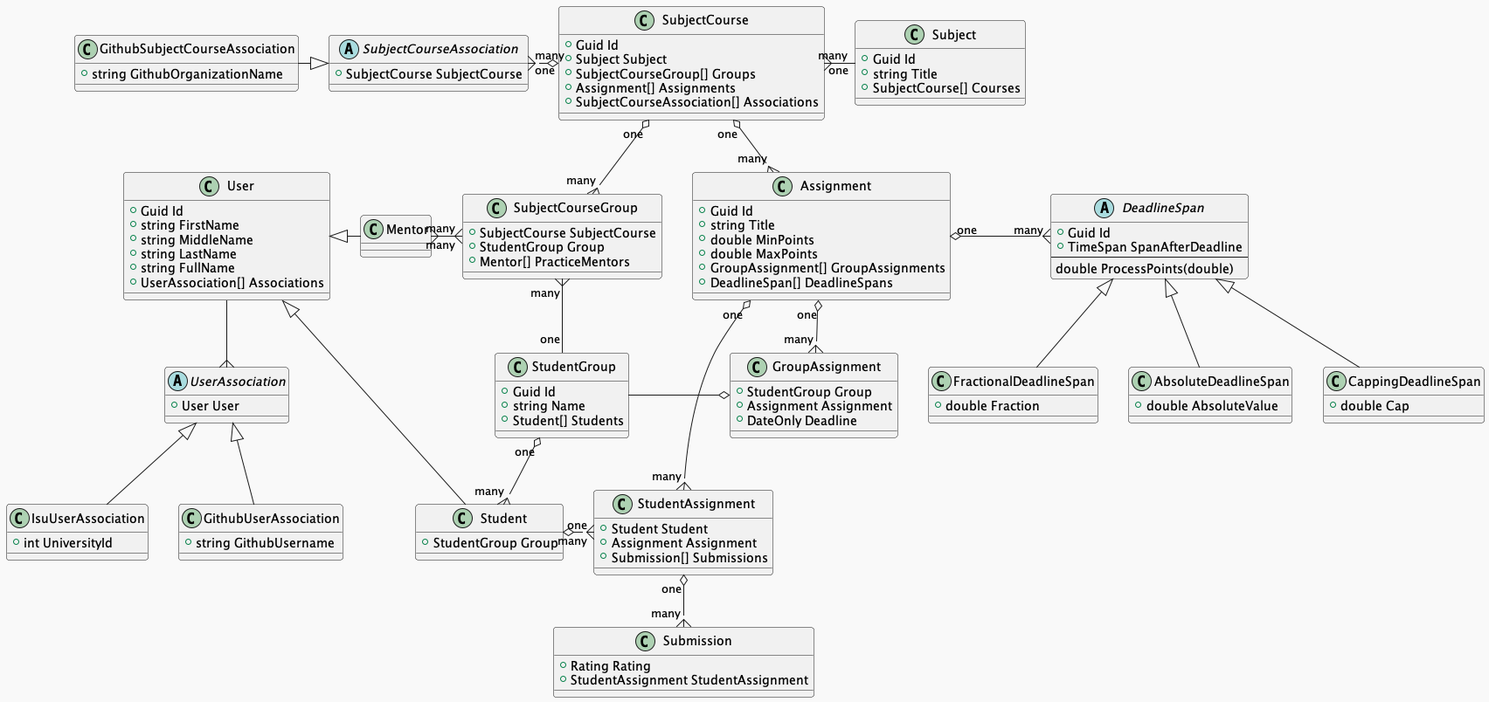
The PlantUML diagram Docs/TechDocs/domain-entities.png in kysect/Shreks, before a commit. The source it was exported from:
```plantuml
@startuml
!theme mars

class User
{
    + Guid Id
    + string FirstName
    + string MiddleName
    + string LastName
    + string FullName
    + UserAssociation[] Associations
}

User <|-- Student
class Student
{
    + StudentGroup Group
}

User <|- Mentor
class Mentor
{

}

class StudentGroup
{
    + Guid Id
    + string Name
    + Student[] Students
}

class Assignment
{
    + Guid Id
    + string Title
    + double MinPoints
    + double MaxPoints
    + GroupAssignment[] GroupAssignments
    + DeadlineSpan[] DeadlineSpans
}

class StudentAssignment
{
    + Student Student
    + Assignment Assignment
    + Submission[] Submissions
}

class Submission
{
    + Rating Rating
    + StudentAssignment StudentAssignment
}

class GroupAssignment
{
    + StudentGroup Group
    + Assignment Assignment
    + DateOnly Deadline
}

class SubjectCourse
{
    + Guid Id
    + Subject Subject
    + SubjectCourseGroup[] Groups
    + Assignment[] Assignments
    + SubjectCourseAssociation[] Associations
}

class SubjectCourseGroup
{
    + SubjectCourse SubjectCourse
    + StudentGroup Group
    + Mentor[] PracticeMentors
}

class Subject
{
    + Guid Id
    + string Title
    + SubjectCourse[] Courses
}

abstract class DeadlineSpan
{
    + Guid Id
    + TimeSpan SpanAfterDeadline
    --
    double ProcessPoints(double)
}

DeadlineSpan <|-- AbsoluteDeadlineSpan
class AbsoluteDeadlineSpan
{
    + double AbsoluteValue
}

DeadlineSpan <|-- CappingDeadlineSpan
class CappingDeadlineSpan
{
    + double Cap
}

DeadlineSpan <|-- FractionalDeadlineSpan
class FractionalDeadlineSpan
{
    + double Fraction
}

abstract class UserAssociation
{
    + User User
}

UserAssociation <|-- IsuUserAssociation
class IsuUserAssociation
{
    + int UniversityId
}

UserAssociation <|-- GithubUserAssociation
class GithubUserAssociation
{
    + string GithubUsername
}

abstract class SubjectCourseAssociation
{
    + SubjectCourse SubjectCourse
}

SubjectCourseAssociation <|-left- GithubSubjectCourseAssociation
class GithubSubjectCourseAssociation
{
    + string GithubOrganizationName
}

User --{ UserAssociation

StudentGroup "one" o--{ "many" Student

Assignment "one" o-right-{ "many" DeadlineSpan
Assignment "one" o--{ "many" GroupAssignment

GroupAssignment o-left- StudentGroup

StudentAssignment "one" o--{ "many" Submission
StudentAssignment "many" }-left-o "one" Student
StudentAssignment "many" }-up-o "one" Assignment

SubjectCourse "one" o--{ "many" SubjectCourseGroup
SubjectCourse "many" }-right- "one" Subject
SubjectCourse "one" o--{ "many" Assignment
SubjectCourse "one" o-left-{ "many" SubjectCourseAssociation

SubjectCourseGroup "many" }-- "one" StudentGroup
SubjectCourseGroup "many" }--left--{ "many" Mentor


@enduml
```
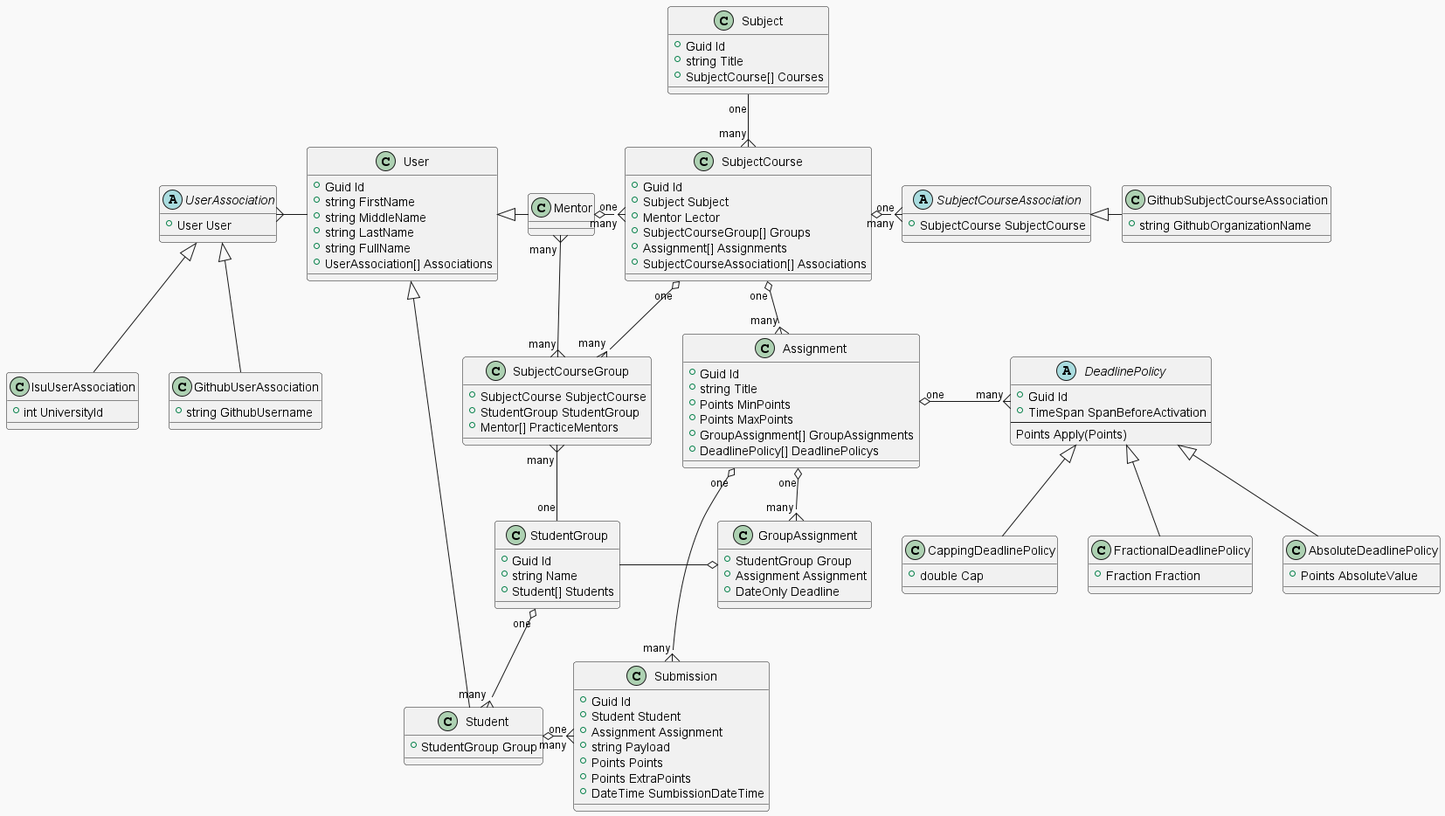
Above is the later version.

Change to the diagram source:
```diff
@@ -11,7 +11,7 @@
     + UserAssociation[] Associations
 }
 
-User <|-- Student
+User <|- Student
 class Student
 {
     + StudentGroup Group
@@ -34,23 +34,21 @@
 {
     + Guid Id
     + string Title
-    + double MinPoints
-    + double MaxPoints
+    + Points MinPoints
+    + Points MaxPoints
     + GroupAssignment[] GroupAssignments
-    + DeadlineSpan[] DeadlineSpans
-}
-
-class StudentAssignment
-{
-    + Student Student
-    + Assignment Assignment
-    + Submission[] Submissions
+    + DeadlinePolicy[] DeadlinePolicys
 }
 
 class Submission
 {
-    + Rating Rating
-    + StudentAssignment StudentAssignment
+    + Guid Id
+    + Student Student
+    + Assignment Assignment
+    + string Payload
+    + Points Points
+    + Points ExtraPoints
+    + DateTime SumbissionDateTime
 }
 
 class GroupAssignment
@@ -64,6 +62,7 @@
 {
     + Guid Id
     + Subject Subject
+    + Mentor Lector
     + SubjectCourseGroup[] Groups
     + Assignment[] Assignments
     + SubjectCourseAssociation[] Associations
@@ -72,7 +71,7 @@
 class SubjectCourseGroup
 {
     + SubjectCourse SubjectCourse
-    + StudentGroup Group
+    + StudentGroup StudentGroup
     + Mentor[] PracticeMentors
 }
 
@@ -83,30 +82,30 @@
     + SubjectCourse[] Courses
 }
 
-abstract class DeadlineSpan
+abstract class DeadlinePolicy
 {
     + Guid Id
-    + TimeSpan SpanAfterDeadline
+    + TimeSpan SpanBeforeActivation
     --
-    double ProcessPoints(double)
+    Points Apply(Points)
 }
 
-DeadlineSpan <|-- AbsoluteDeadlineSpan
-class AbsoluteDeadlineSpan
+DeadlinePolicy <|-- AbsoluteDeadlinePolicy
+class AbsoluteDeadlinePolicy
 {
-    + double AbsoluteValue
+    + Points AbsoluteValue
 }
 
-DeadlineSpan <|-- CappingDeadlineSpan
-class CappingDeadlineSpan
+DeadlinePolicy <|-- CappingDeadlinePolicy
+class CappingDeadlinePolicy
 {
     + double Cap
 }
 
-DeadlineSpan <|-- FractionalDeadlineSpan
-class FractionalDeadlineSpan
+DeadlinePolicy <|-- FractionalDeadlinePolicy
+class FractionalDeadlinePolicy
 {
-    + double Fraction
+    + Fraction Fraction
 }
 
 abstract class UserAssociation
@@ -131,32 +130,31 @@
     + SubjectCourse SubjectCourse
 }
 
-SubjectCourseAssociation <|-left- GithubSubjectCourseAssociation
+SubjectCourseAssociation <|-right- GithubSubjectCourseAssociation
 class GithubSubjectCourseAssociation
 {
     + string GithubOrganizationName
 }
 
-User --{ UserAssociation
+User -left-{ UserAssociation
 
 StudentGroup "one" o--{ "many" Student
 
-Assignment "one" o-right-{ "many" DeadlineSpan
+Assignment "one" o-right-{ "many" DeadlinePolicy
 Assignment "one" o--{ "many" GroupAssignment
 
 GroupAssignment o-left- StudentGroup
 
-StudentAssignment "one" o--{ "many" Submission
-StudentAssignment "many" }-left-o "one" Student
-StudentAssignment "many" }-up-o "one" Assignment
+Submission "many" }--left--o "one" Student
+Submission "many" }-up-o "one" Assignment
 
 SubjectCourse "one" o--{ "many" SubjectCourseGroup
-SubjectCourse "many" }-right- "one" Subject
+SubjectCourse "many" }-up- "one" Subject
 SubjectCourse "one" o--{ "many" Assignment
-SubjectCourse "one" o-left-{ "many" SubjectCourseAssociation
+SubjectCourse "one" o--right--{ "many" SubjectCourseAssociation
+SubjectCourse "many" }--left--o "one" Mentor
 
 SubjectCourseGroup "many" }-- "one" StudentGroup
-SubjectCourseGroup "many" }--left--{ "many" Mentor
-
+SubjectCourseGroup "many" }--right--{ "many" Mentor
 
 @enduml
```
